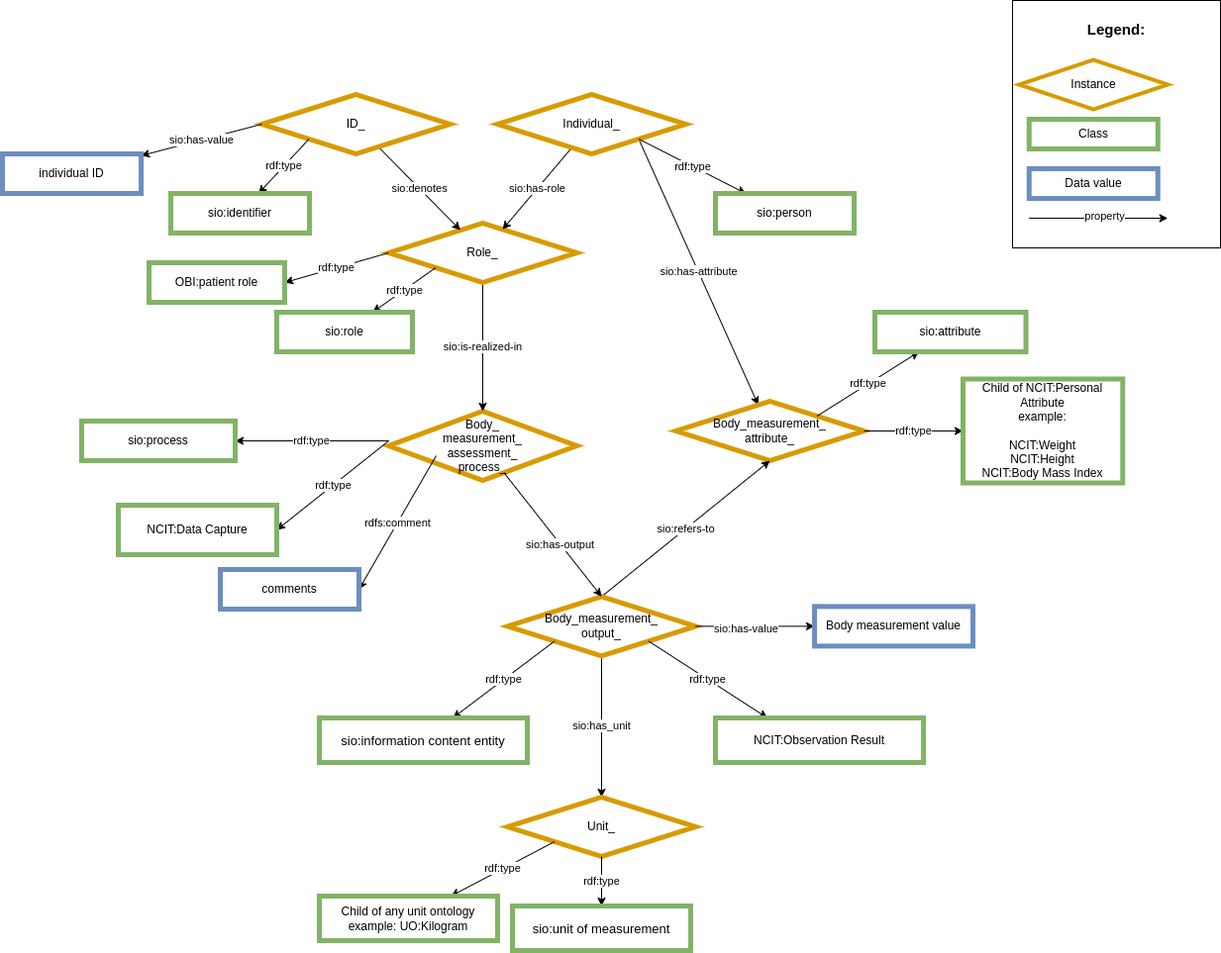
CARE-SM/CARE-Semantic-Model keeps this draw.io diagram as images/CARE-SM-Body_measurement.png. Above is the earlier version. Source tidied: cells renumbered, new cells last; positions are measured from the earlier drawing's top-left corner, leaving out a move shared by most shapes.
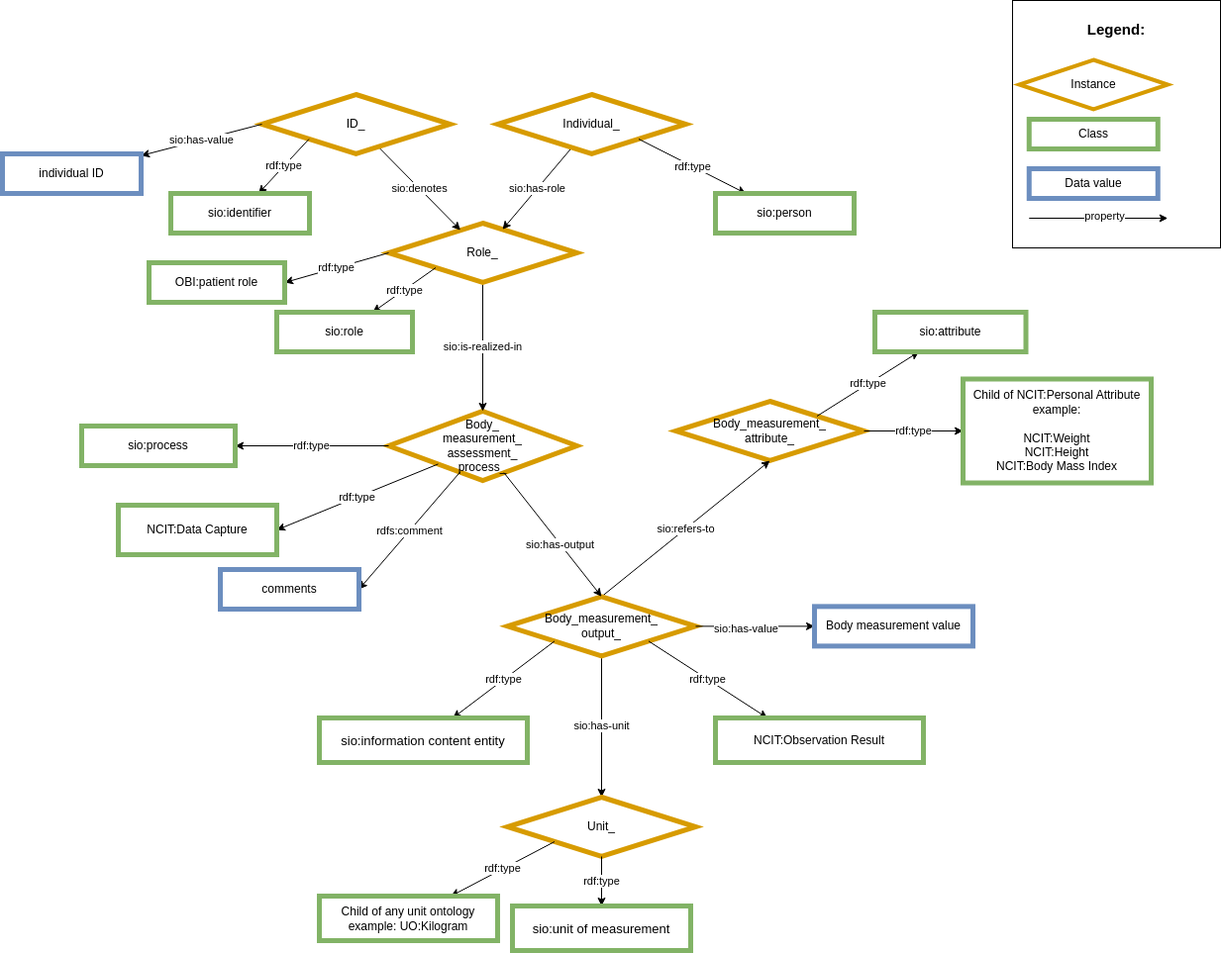
The same file after the commit.

The edit, as a diff of the source:
```diff
@@ -8,9 +8,6 @@
     <mxCell id="3" value="&lt;span style=&quot;color: rgb(0, 0, 0); font-family: Helvetica; font-size: 11px; font-style: normal; font-variant-ligatures: normal; font-variant-caps: normal; font-weight: 400; letter-spacing: normal; orphans: 2; text-align: center; text-indent: 0px; text-transform: none; widows: 2; word-spacing: 0px; -webkit-text-stroke-width: 0px; background-color: rgb(255, 255, 255); text-decoration-thickness: initial; text-decoration-style: initial; text-decoration-color: initial; float: none; display: inline !important;&quot;&gt;sio:is-realized-in&lt;/span&gt;" style="rounded=0;jettySize=auto;html=1;exitX=0.5;exitY=1;exitDx=0;exitDy=0;entryX=0.5;entryY=0;entryDx=0;entryDy=0;" parent="1" edge="1" source="5" target="2">
       <mxGeometry relative="1" as="geometry" />
     </mxCell>
-    <mxCell id="4" value="sio:has-attribute" style="rounded=0;jettySize=auto;html=1;exitX=1;exitY=1;exitDx=0;exitDy=0;" parent="1" edge="1" source="9" target="10">
-      <mxGeometry relative="1" as="geometry" />
-    </mxCell>
     <mxCell id="5" value="Role_" style="rhombus;whiteSpace=wrap;html=1;fillColor=#FFFFFF;strokeColor=#d79b00;strokeWidth=5;" parent="1" vertex="1">
       <mxGeometry x="390" y="225" width="190" height="60" as="geometry" />
     </mxCell>
@@ -53,7 +50,7 @@
     <mxCell id="18" value="sio:person" style="whiteSpace=wrap;html=1;fillColor=#FFFFFF;strokeColor=#82b366;strokeWidth=5;" parent="1" vertex="1">
       <mxGeometry x="720" y="195" width="140" height="40" as="geometry" />
     </mxCell>
-    <mxCell id="19" value="sio:has_unit" style="edgeStyle=none;rounded=0;jettySize=auto;html=1;exitX=0.5;exitY=1;exitDx=0;exitDy=0;entryX=0.5;entryY=0;entryDx=0;entryDy=0;" parent="1" edge="1" source="32" target="20">
+    <mxCell id="19" value="sio:has-unit" style="edgeStyle=none;rounded=0;jettySize=auto;html=1;exitX=0.5;exitY=1;exitDx=0;exitDy=0;entryX=0.5;entryY=0;entryDx=0;entryDy=0;" parent="1" edge="1" source="32" target="20">
       <mxGeometry relative="1" as="geometry" />
     </mxCell>
     <mxCell id="20" value="Unit_" style="rhombus;whiteSpace=wrap;html=1;fillColor=#FFFFFF;strokeColor=#d79b00;strokeWidth=5;" parent="1" vertex="1">
@@ -87,7 +84,7 @@
       <mxGeometry relative="1" as="geometry" />
     </mxCell>
     <mxCell id="30" value="Child of NCIT:Personal Attribute&lt;br&gt;example:&lt;br&gt;&lt;br&gt;NCIT:Weight&lt;br&gt;NCIT:Height&lt;br&gt;NCIT:Body Mass Index" style="whiteSpace=wrap;html=1;fillColor=#FFFFFF;strokeColor=#82b366;strokeWidth=5;" parent="1" vertex="1">
-      <mxGeometry x="970" y="382.5" width="161.2" height="105" as="geometry" />
+      <mxGeometry x="970" y="382.5" width="190" height="105" as="geometry" />
     </mxCell>
     <mxCell id="31" value="sio:refers-to" style="edgeStyle=none;rounded=0;jettySize=auto;html=1;entryX=0.5;entryY=1;entryDx=0;entryDy=0;exitX=0.5;exitY=0;exitDx=0;exitDy=0;" parent="1" edge="1" source="32">
       <mxGeometry relative="1" as="geometry">
@@ -117,26 +114,20 @@
     <mxCell id="38" value="NCIT:Observation Result" style="whiteSpace=wrap;html=1;fillColor=#FFFFFF;strokeColor=#82b366;strokeWidth=5;" parent="1" vertex="1">
       <mxGeometry x="720" y="725" width="210" height="45" as="geometry" />
     </mxCell>
-    <mxCell id="39" value="rdf:type" style="edgeStyle=none;rounded=0;jettySize=auto;html=1;exitX=0;exitY=0.5;exitDx=0;exitDy=0;" parent="1" edge="1" target="40">
-      <mxGeometry relative="1" as="geometry">
-        <mxPoint x="390" y="445" as="sourcePoint" />
-      </mxGeometry>
+    <mxCell id="39" value="rdf:type" style="edgeStyle=none;rounded=0;jettySize=auto;html=1;" parent="1" edge="1" source="2" target="40">
+      <mxGeometry relative="1" as="geometry" />
     </mxCell>
     <mxCell id="40" value="sio:process" style="whiteSpace=wrap;html=1;fillColor=#FFFFFF;strokeColor=#82b366;strokeWidth=5;" parent="1" vertex="1">
-      <mxGeometry x="80" y="425" width="155" height="40" as="geometry" />
+      <mxGeometry x="80" y="430" width="155" height="40" as="geometry" />
     </mxCell>
-    <mxCell id="41" value="rdf:type" style="edgeStyle=none;rounded=0;jettySize=auto;html=1;exitX=0;exitY=0.5;exitDx=0;exitDy=0;entryX=1;entryY=0.5;entryDx=0;entryDy=0;" parent="1" edge="1" target="42">
-      <mxGeometry relative="1" as="geometry">
-        <mxPoint x="390" y="445" as="sourcePoint" />
-      </mxGeometry>
+    <mxCell id="41" value="rdf:type" style="edgeStyle=none;rounded=0;jettySize=auto;html=1;entryX=1;entryY=0.5;entryDx=0;entryDy=0;" parent="1" edge="1" source="2" target="42">
+      <mxGeometry relative="1" as="geometry" />
     </mxCell>
     <mxCell id="42" value="NCIT:Data Capture" style="whiteSpace=wrap;html=1;fillColor=#FFFFFF;strokeColor=#82b366;strokeWidth=5;" parent="1" vertex="1">
       <mxGeometry x="117" y="510" width="160" height="50" as="geometry" />
     </mxCell>
-    <mxCell id="43" value="rdfs:comment" style="rounded=0;jettySize=auto;html=1;exitX=0;exitY=1;exitDx=0;exitDy=0;entryX=1;entryY=0.5;entryDx=0;entryDy=0;" parent="1" edge="1" target="44">
-      <mxGeometry relative="1" as="geometry">
-        <mxPoint x="438" y="460" as="sourcePoint" />
-      </mxGeometry>
+    <mxCell id="43" value="rdfs:comment" style="rounded=0;jettySize=auto;html=1;entryX=1;entryY=0.5;entryDx=0;entryDy=0;" parent="1" edge="1" source="2" target="44">
+      <mxGeometry relative="1" as="geometry" />
     </mxCell>
     <mxCell id="44" value="comments" style="whiteSpace=wrap;html=1;fillColor=#FFFFFF;strokeColor=#6c8ebf;strokeWidth=5;" parent="1" vertex="1">
       <mxGeometry x="220" y="575" width="140" height="40" as="geometry" />
```
